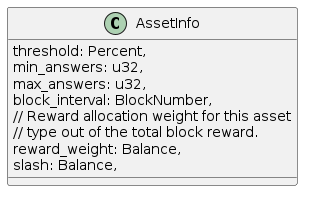
ComposableFi/composable keeps this PlantUML diagram as frame/oracle/design/images/images/asset-info.png. Above is the earlier version. Source of this version:
```plantuml
@startuml
class AssetInfo {
    threshold: Percent,
    min_answers: u32,
    max_answers: u32,
    block_interval: BlockNumber,
    // Reward allocation weight for this asset
    // type out of the total block reward.
    reward_weight: Balance,
    slash: Balance,
}
@enduml
```
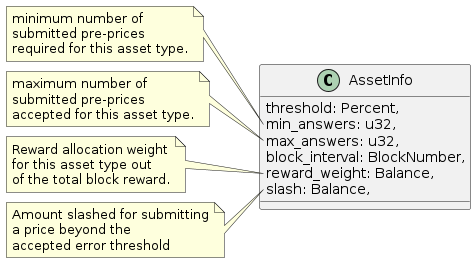
The same file after the commit.

The edit, as a diff of the source:
```diff
@@ -4,9 +4,32 @@
     min_answers: u32,
     max_answers: u32,
     block_interval: BlockNumber,
-    // Reward allocation weight for this asset
-    // type out of the total block reward.
     reward_weight: Balance,
     slash: Balance,
 }
+
+note left of AssetInfo::min_answers
+minimum number of
+submitted pre-prices
+required for this asset type.
+end note
+
+note left of AssetInfo::max_answers
+maximum number of
+submitted pre-prices
+accepted for this asset type.
+end note
+
+note left of AssetInfo::reward_weight
+Reward allocation weight
+for this asset type out
+of the total block reward.
+end note
+
+note left of AssetInfo::slash
+Amount slashed for submitting
+a price beyond the
+accepted error threshold
+end note
+
 @enduml
```
